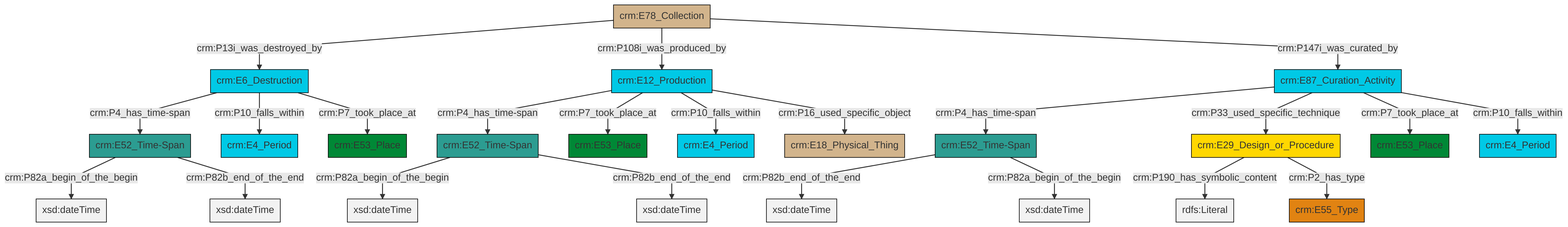
swiss-art-research-net/docs.swissartresearch keeps this Mermaid diagram as et/archivalCSV/ttl/mmd/png/archival_existence.png. Above is the earlier version. Its source is kept beside it as et/archivalCSV/ttl/mmd/archival_existence.ttl.mmd.
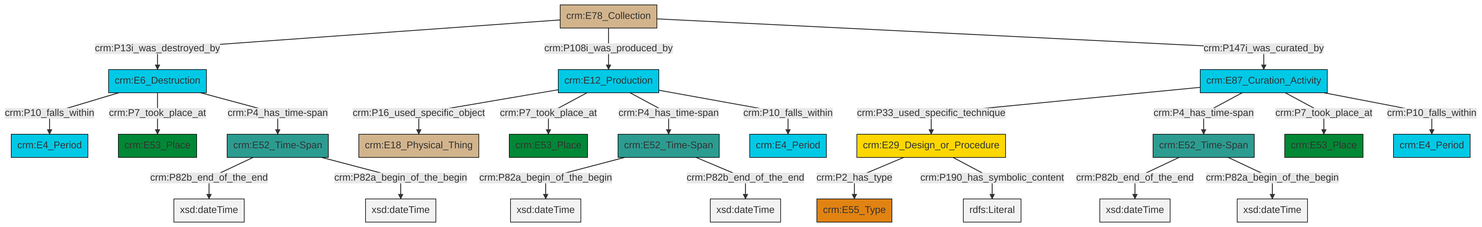
The same file after the commit.

Change to the diagram source:
```diff
@@ -13,25 +13,25 @@
 classDef PC_Classes fill:#4ce600, stroke:#000000;
 classDef Multi fill:#cccccc,stroke:#000000;
 
-0["crm:E6_Destruction"]:::Temporal_Entity -->|crm:P4_has_time-span| 1["crm:E52_Time-Span"]:::Time-Span
-4["crm:E52_Time-Span"]:::Time-Span -->|crm:P82b_end_of_the_end| 5[xsd:dateTime]:::Literal
-0["crm:E6_Destruction"]:::Temporal_Entity -->|crm:P10_falls_within| 6["crm:E4_Period"]:::Temporal_Entity
-7["crm:E12_Production"]:::Temporal_Entity -->|crm:P4_has_time-span| 8["crm:E52_Time-Span"]:::Time-Span
-9["crm:E87_Curation_Activity"]:::Temporal_Entity -->|crm:P4_has_time-span| 4["crm:E52_Time-Span"]:::Time-Span
-0["crm:E6_Destruction"]:::Temporal_Entity -->|crm:P7_took_place_at| 11["crm:E53_Place"]:::Place
-7["crm:E12_Production"]:::Temporal_Entity -->|crm:P7_took_place_at| 13["crm:E53_Place"]:::Place
-7["crm:E12_Production"]:::Temporal_Entity -->|crm:P10_falls_within| 2["crm:E4_Period"]:::Temporal_Entity
-9["crm:E87_Curation_Activity"]:::Temporal_Entity -->|crm:P33_used_specific_technique| 14["crm:E29_Design_or_Procedure"]:::Conceptual_Object
-1["crm:E52_Time-Span"]:::Time-Span -->|crm:P82a_begin_of_the_begin| 15[xsd:dateTime]:::Literal
-8["crm:E52_Time-Span"]:::Time-Span -->|crm:P82a_begin_of_the_begin| 17[xsd:dateTime]:::Literal
-9["crm:E87_Curation_Activity"]:::Temporal_Entity -->|crm:P7_took_place_at| 20["crm:E53_Place"]:::Place
-14["crm:E29_Design_or_Procedure"]:::Conceptual_Object -->|crm:P190_has_symbolic_content| 23[rdfs:Literal]:::Literal
-8["crm:E52_Time-Span"]:::Time-Span -->|crm:P82b_end_of_the_end| 24[xsd:dateTime]:::Literal
-26["crm:E78_Collection"]:::Physical_Thing -->|crm:P13i_was_destroyed_by| 0["crm:E6_Destruction"]:::Temporal_Entity
-7["crm:E12_Production"]:::Temporal_Entity -->|crm:P16_used_specific_object| 18["crm:E18_Physical_Thing"]:::Physical_Thing
-26["crm:E78_Collection"]:::Physical_Thing -->|crm:P108i_was_produced_by| 7["crm:E12_Production"]:::Temporal_Entity
-26["crm:E78_Collection"]:::Physical_Thing -->|crm:P147i_was_curated_by| 9["crm:E87_Curation_Activity"]:::Temporal_Entity
-4["crm:E52_Time-Span"]:::Time-Span -->|crm:P82a_begin_of_the_begin| 27[xsd:dateTime]:::Literal
-14["crm:E29_Design_or_Procedure"]:::Conceptual_Object -->|crm:P2_has_type| 32["crm:E55_Type"]:::Type
-1["crm:E52_Time-Span"]:::Time-Span -->|crm:P82b_end_of_the_end| 35[xsd:dateTime]:::Literal
-9["crm:E87_Curation_Activity"]:::Temporal_Entity -->|crm:P10_falls_within| 36["crm:E4_Period"]:::Temporal_Entity
+0["crm:E52_Time-Span"]:::Time-Span -->|crm:P82a_begin_of_the_begin| 1[xsd:dateTime]:::Literal
+0["crm:E52_Time-Span"]:::Time-Span -->|crm:P82b_end_of_the_end| 2[xsd:dateTime]:::Literal
+3["crm:E29_Design_or_Procedure"]:::Conceptual_Object -->|crm:P2_has_type| 4["crm:E55_Type"]:::Type
+8["crm:E87_Curation_Activity"]:::Temporal_Entity -->|crm:P33_used_specific_technique| 3["crm:E29_Design_or_Procedure"]:::Conceptual_Object
+8["crm:E87_Curation_Activity"]:::Temporal_Entity -->|crm:P4_has_time-span| 9["crm:E52_Time-Span"]:::Time-Span
+3["crm:E29_Design_or_Procedure"]:::Conceptual_Object -->|crm:P190_has_symbolic_content| 15[rdfs:Literal]:::Literal
+16["crm:E6_Destruction"]:::Temporal_Entity -->|crm:P10_falls_within| 17["crm:E4_Period"]:::Temporal_Entity
+18["crm:E12_Production"]:::Temporal_Entity -->|crm:P16_used_specific_object| 19["crm:E18_Physical_Thing"]:::Physical_Thing
+18["crm:E12_Production"]:::Temporal_Entity -->|crm:P7_took_place_at| 11["crm:E53_Place"]:::Place
+18["crm:E12_Production"]:::Temporal_Entity -->|crm:P4_has_time-span| 0["crm:E52_Time-Span"]:::Time-Span
+9["crm:E52_Time-Span"]:::Time-Span -->|crm:P82b_end_of_the_end| 20[xsd:dateTime]:::Literal
+16["crm:E6_Destruction"]:::Temporal_Entity -->|crm:P7_took_place_at| 21["crm:E53_Place"]:::Place
+13["crm:E78_Collection"]:::Physical_Thing -->|crm:P13i_was_destroyed_by| 16["crm:E6_Destruction"]:::Temporal_Entity
+22["crm:E52_Time-Span"]:::Time-Span -->|crm:P82b_end_of_the_end| 23[xsd:dateTime]:::Literal
+22["crm:E52_Time-Span"]:::Time-Span -->|crm:P82a_begin_of_the_begin| 25[xsd:dateTime]:::Literal
+8["crm:E87_Curation_Activity"]:::Temporal_Entity -->|crm:P7_took_place_at| 5["crm:E53_Place"]:::Place
+9["crm:E52_Time-Span"]:::Time-Span -->|crm:P82a_begin_of_the_begin| 29[xsd:dateTime]:::Literal
+16["crm:E6_Destruction"]:::Temporal_Entity -->|crm:P4_has_time-span| 22["crm:E52_Time-Span"]:::Time-Span
+8["crm:E87_Curation_Activity"]:::Temporal_Entity -->|crm:P10_falls_within| 32["crm:E4_Period"]:::Temporal_Entity
+18["crm:E12_Production"]:::Temporal_Entity -->|crm:P10_falls_within| 33["crm:E4_Period"]:::Temporal_Entity
+13["crm:E78_Collection"]:::Physical_Thing -->|crm:P108i_was_produced_by| 18["crm:E12_Production"]:::Temporal_Entity
+13["crm:E78_Collection"]:::Physical_Thing -->|crm:P147i_was_curated_by| 8["crm:E87_Curation_Activity"]:::Temporal_Entity
```
